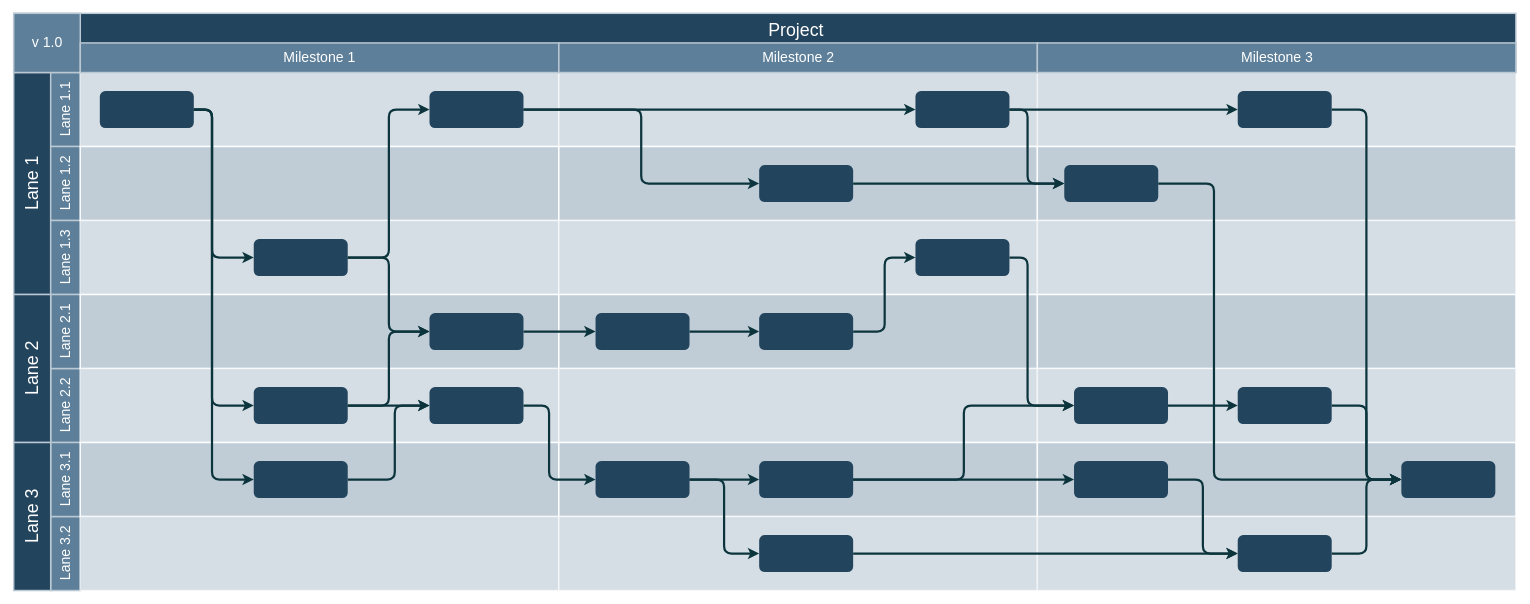
Before: 未命名绘图3.drawio in caserwin/zhihu, a draw.io diagram. Source tidied: cells renumbered, new cells numbered last; positions are measured from the earlier drawing's top-left corner, leaving out a move shared by most shapes. Both pictures are drawn from the tidied source at 74%, with x=0, y=0 at pixel (13, 13).
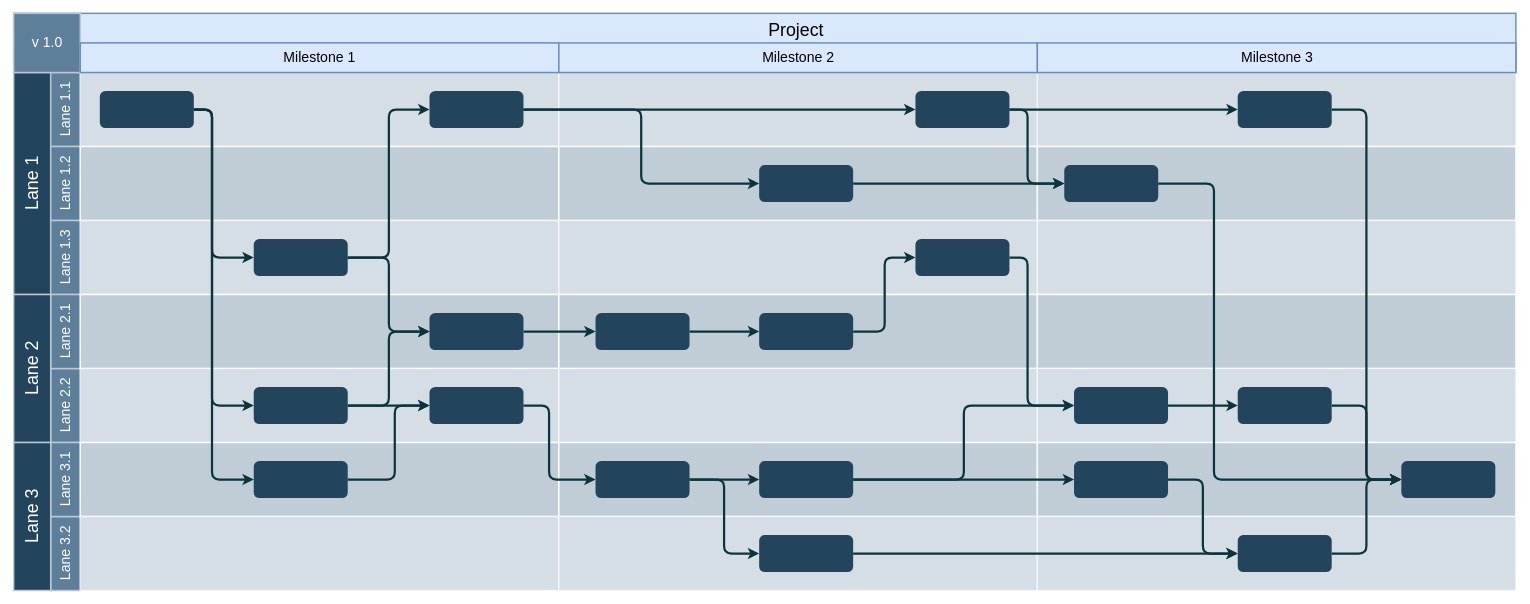
Above is the later version.

Commit message:
更新未命名绘图3.drawio

Diff of the diagram source:
```diff
@@
-    <mxCell id="2" value="Project&#10;" style="strokeColor=#BAC8D3;fillColor=#23445D;fontSize=24;strokeWidth=2;fontFamily=Helvetica;html=1;fontColor=#FFFFFF;fontStyle=0;spacingBottom=8;spacingRight=0;spacingLeft=83;" parent="1" vertex="1">
+    <mxCell id="2" value="Project&#10;" style="strokeColor=#6c8ebf;fillColor=#dae8fc;fontSize=24;strokeWidth=2;fontFamily=Helvetica;html=1;fontStyle=0;spacingBottom=8;spacingRight=0;spacingLeft=83;" parent="1" vertex="1">
       <mxGeometry y="0.5" width="2030" height="80" as="geometry" />
     </mxCell>
@@
-    <mxCell id="86" style="group;" parent="1" vertex="1">
+    <mxCell id="86" style="group;fillColor=#dae8fc;strokeColor=#6c8ebf;" parent="1" vertex="1">
       <mxGeometry x="90" y="40.5" width="646.7" height="40" as="geometry" />
     </mxCell>
-    <mxCell id="87" value="Milestone 1" style="strokeColor=#BAC8D3;fillColor=#5d7f99;fontSize=19;strokeWidth=2;fontFamily=Helvetica;html=1;labelBackgroundColor=none;fontColor=#FFFFFF;" parent="86" vertex="1">
+    <mxCell id="87" value="Milestone 1" style="strokeColor=#6c8ebf;fillColor=#dae8fc;fontSize=19;strokeWidth=2;fontFamily=Helvetica;html=1;labelBackgroundColor=none;" parent="86" vertex="1">
       <mxGeometry width="646.7" height="40" as="geometry" />
     </mxCell>
-    <mxCell id="88" value="Milestone 2" style="strokeColor=#BAC8D3;fillColor=#5d7f99;fontSize=19;strokeWidth=2;fontFamily=Helvetica;html=1;labelBackgroundColor=none;fontColor=#FFFFFF;" parent="86" vertex="1">
+    <mxCell id="88" value="Milestone 2" style="strokeColor=#6c8ebf;fillColor=#dae8fc;fontSize=19;strokeWidth=2;fontFamily=Helvetica;html=1;labelBackgroundColor=none;" parent="86" vertex="1">
       <mxGeometry x="646.7" width="646.7" height="40" as="geometry" />
     </mxCell>
-    <mxCell id="89" value="Milestone 3" style="strokeColor=#BAC8D3;fillColor=#5d7f99;fontSize=19;strokeWidth=2;fontFamily=Helvetica;html=1;labelBackgroundColor=none;fontColor=#FFFFFF;" parent="86" vertex="1">
+    <mxCell id="89" value="Milestone 3" style="strokeColor=#6c8ebf;fillColor=#dae8fc;fontSize=19;strokeWidth=2;fontFamily=Helvetica;html=1;labelBackgroundColor=none;" parent="86" vertex="1">
       <mxGeometry x="1293.3" width="646.7" height="40" as="geometry" />
     </mxCell>
```
